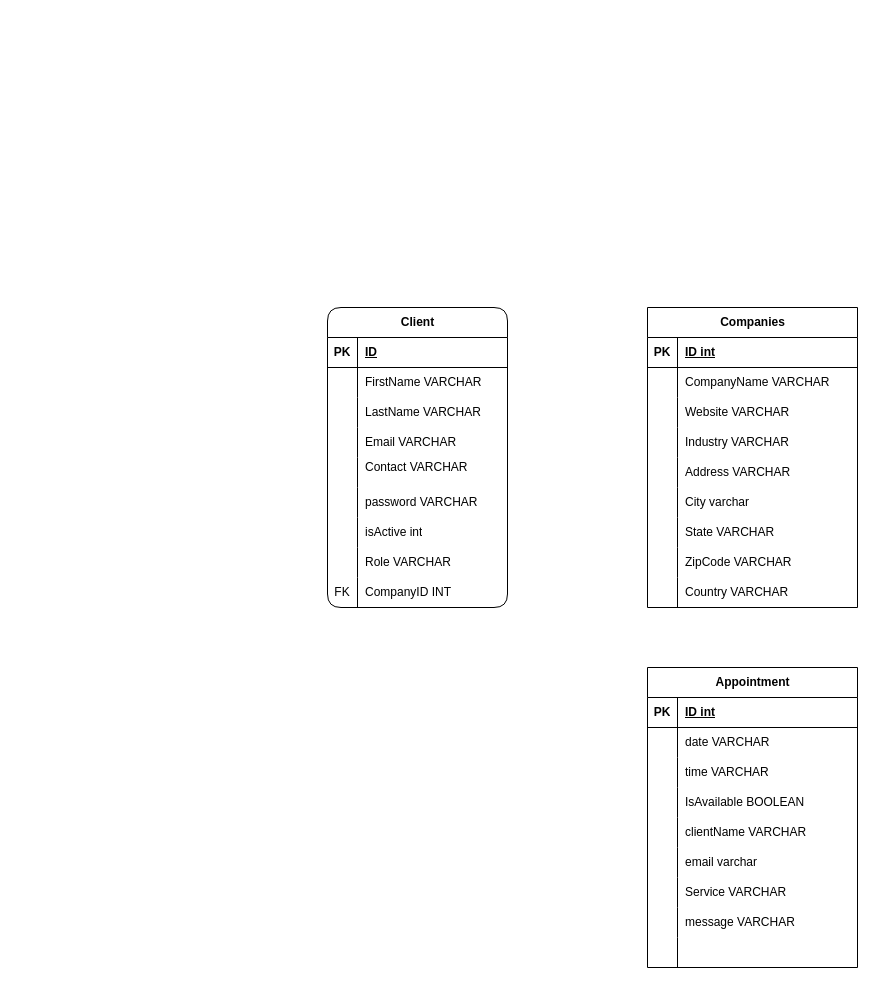
Earlier version of the draw.io diagram Untitled Diagram.drawio (takiesandani/StackOpsITSolutions). Source tidied: cells renumbered, new cells numbered last; positions are measured from the earlier drawing's top-left corner, leaving out a move shared by most shapes. Both pictures are drawn from the tidied source at 100%, with x=0, y=0 at pixel (327, 307).
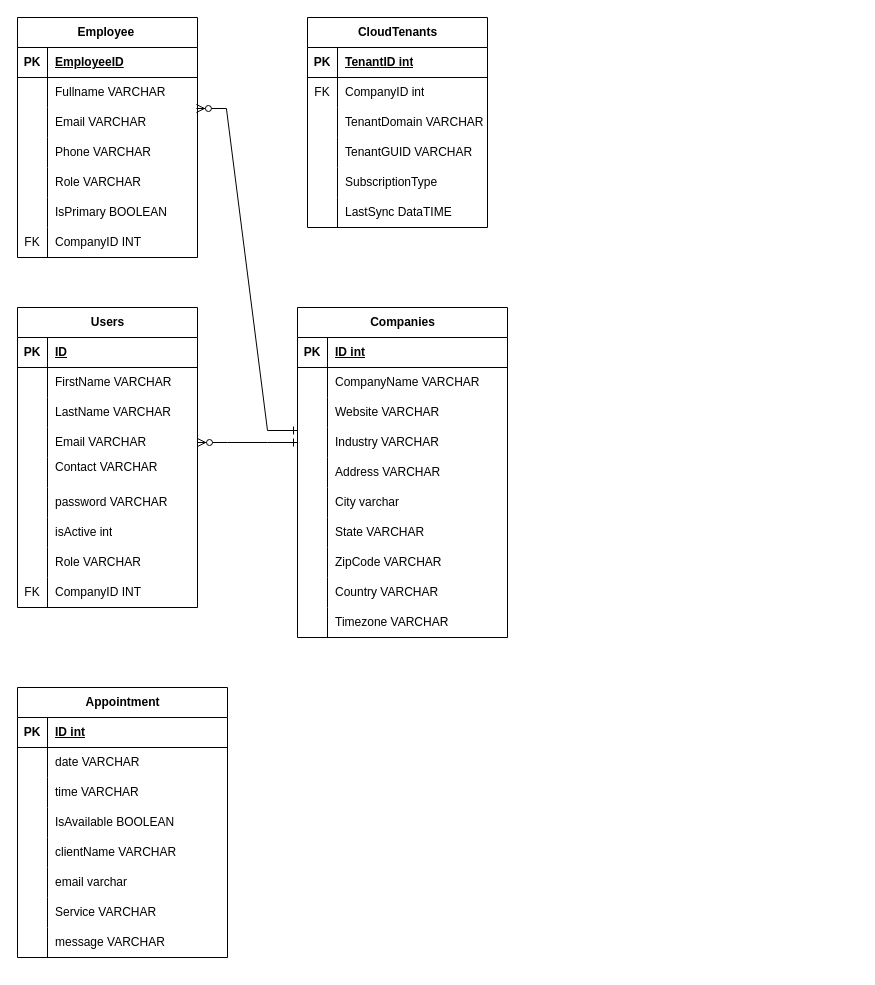
After the change.

The change refers to these unchanged cells:
```xml
<mxCell id="12" style="shape=tableRow;horizontal=0;startSize=0;swimlaneHead=0;swimlaneBody=0;fillColor=none;points=[[0,0.5],[1,0.5]];portConstraint=eastwest;top=0;left=0;right=0;bottom=0;" parent="2" vertex="1">
  <mxGeometry y="120" width="180" height="30" as="geometry" />
</mxCell>
<mxCell id="40" style="shape=tableRow;horizontal=0;startSize=0;swimlaneHead=0;swimlaneBody=0;fillColor=none;points=[[0,0.5],[1,0.5]];portConstraint=eastwest;top=0;left=0;right=0;bottom=0;" parent="30" vertex="1">
  <mxGeometry y="120" width="210" height="30" as="geometry" />
</mxCell>
```

What changed in the source:
```diff
@@
-    <mxCell id="2" value="Client" style="shape=table;startSize=30;childLayout=tableLayout;rowLines=0;fontStyle=1;align=center;html=1;rounded=1;swimlaneLine=1;" parent="1" vertex="1">
-      <mxGeometry width="180" height="300" as="geometry" />
+    <mxCell id="2" value="Users" style="shape=table;startSize=30;childLayout=tableLayout;rowLines=0;fontStyle=1;align=center;html=1;rounded=0;swimlaneLine=1;" parent="1" vertex="1">
+      <mxGeometry x="-310" width="180" height="300" as="geometry" />
     </mxCell>
@@
     <mxCell id="30" value="Companies" style="shape=table;startSize=30;childLayout=tableLayout;rowLines=0;fontStyle=1;align=center;html=1;" parent="1" vertex="1">
-      <mxGeometry x="320" width="210" height="300" as="geometry" />
+      <mxGeometry x="-30" width="210" height="330" as="geometry" />
     </mxCell>
@@
+    <mxCell id="86" style="shape=tableRow;horizontal=0;startSize=0;swimlaneHead=0;swimlaneBody=0;fillColor=none;top=0;left=0;right=0;bottom=0;" parent="30" vertex="1">
+      <mxGeometry y="300" width="210" height="30" as="geometry" />
+    </mxCell>
+    <mxCell id="87" style="shape=partialRectangle;fillColor=none;top=0;left=0;bottom=0;right=0;overflow=hidden;whiteSpace=wrap;html=1;" parent="86" vertex="1">
+      <mxGeometry width="30" height="30" as="geometry" />
+    </mxCell>
+    <mxCell id="88" value="Timezone VARCHAR" style="shape=partialRectangle;fillColor=none;top=0;left=0;bottom=0;right=0;align=left;spacingLeft=6;overflow=hidden;whiteSpace=wrap;html=1;" parent="86" vertex="1">
+      <mxGeometry x="30" width="180" height="30" as="geometry" />
+    </mxCell>
     <mxCell id="58" value="Appointment" style="shape=table;startSize=30;childLayout=tableLayout;rowLines=0;fontStyle=1;align=center;html=1;" parent="1" vertex="1">
-      <mxGeometry x="320" y="360" width="210" height="300" as="geometry" />
+      <mxGeometry x="-310" y="380" width="210" height="270" as="geometry" />
     </mxCell>
@@
-    <mxCell id="83" style="shape=tableRow;horizontal=0;startSize=0;swimlaneHead=0;swimlaneBody=0;fillColor=none;top=0;left=0;right=0;bottom=0;" parent="58" vertex="1">
-      <mxGeometry y="270" width="210" height="30" as="geometry" />
-    </mxCell>
-    <mxCell id="84" style="shape=partialRectangle;fillColor=none;top=0;left=0;bottom=0;right=0;overflow=hidden;whiteSpace=wrap;html=1;" parent="83" vertex="1">
-      <mxGeometry width="30" height="30" as="geometry" />
-    </mxCell>
-    <mxCell id="85" style="shape=partialRectangle;fillColor=none;top=0;left=0;bottom=0;right=0;align=left;spacingLeft=6;overflow=hidden;whiteSpace=wrap;html=1;" parent="83" vertex="1">
-      <mxGeometry x="30" width="180" height="30" as="geometry" />
-    </mxCell>
+    <mxCell id="89" style="edgeStyle=entityRelationEdgeStyle;fontSize=12;html=1;endArrow=ERzeroToMany;endFill=1;rounded=0;entryX=0.994;entryY=0.033;entryDx=0;entryDy=0;exitX=0;exitY=0.1;exitDx=0;exitDy=0;startArrow=ERone;startFill=0;entryPerimeter=0;exitPerimeter=0;" parent="1" edge="1" source="40" target="97">
+      <mxGeometry relative="1" as="geometry" />
+    </mxCell>
+    <mxCell id="90" value="Employee&amp;nbsp;" style="shape=table;startSize=30;childLayout=tableLayout;rowLines=0;fontStyle=1;align=center;html=1;" parent="1" vertex="1">
+      <mxGeometry x="-310" y="-290" width="180" height="240" as="geometry" />
+    </mxCell>
+    <mxCell id="91" style="shape=tableRow;horizontal=0;startSize=0;swimlaneHead=0;swimlaneBody=0;fillColor=none;top=0;left=0;right=0;bottom=1;" parent="90" vertex="1">
+      <mxGeometry y="30" width="180" height="30" as="geometry" />
+    </mxCell>
+    <mxCell id="92" value="PK" style="shape=partialRectangle;fillColor=none;top=0;left=0;bottom=0;right=0;fontStyle=1;overflow=hidden;whiteSpace=wrap;html=1;" parent="91" vertex="1">
+      <mxGeometry width="30" height="30" as="geometry" />
+    </mxCell>
+    <mxCell id="93" value="EmployeeID" style="shape=partialRectangle;fillColor=none;top=0;left=0;bottom=0;right=0;align=left;spacingLeft=6;fontStyle=5;overflow=hidden;whiteSpace=wrap;html=1;" parent="91" vertex="1">
+      <mxGeometry x="30" width="150" height="30" as="geometry" />
+    </mxCell>
+    <mxCell id="94" style="shape=tableRow;horizontal=0;startSize=0;swimlaneHead=0;swimlaneBody=0;fillColor=none;top=0;left=0;right=0;bottom=0;" parent="90" vertex="1">
+      <mxGeometry y="60" width="180" height="30" as="geometry" />
+    </mxCell>
+    <mxCell id="95" style="shape=partialRectangle;fillColor=none;top=0;left=0;bottom=0;right=0;overflow=hidden;whiteSpace=wrap;html=1;" parent="94" vertex="1">
+      <mxGeometry width="30" height="30" as="geometry" />
+    </mxCell>
+    <mxCell id="96" value="Fullname VARCHAR" style="shape=partialRectangle;fillColor=none;top=0;left=0;bottom=0;right=0;align=left;spacingLeft=6;overflow=hidden;whiteSpace=wrap;html=1;" parent="94" vertex="1">
+      <mxGeometry x="30" width="150" height="30" as="geometry" />
+    </mxCell>
+    <mxCell id="97" style="shape=tableRow;horizontal=0;startSize=0;swimlaneHead=0;swimlaneBody=0;fillColor=none;points=[[0,0.5],[1,0.5]];portConstraint=eastwest;top=0;left=0;right=0;bottom=0;" parent="90" vertex="1">
+      <mxGeometry y="90" width="180" height="30" as="geometry" />
+    </mxCell>
+    <mxCell id="98" style="shape=partialRectangle;fillColor=none;top=0;left=0;bottom=0;right=0;overflow=hidden;whiteSpace=wrap;html=1;" parent="97" vertex="1">
+      <mxGeometry width="30" height="30" as="geometry" />
+    </mxCell>
+    <mxCell id="99" value="Email VARCHAR" style="shape=partialRectangle;fillColor=none;top=0;left=0;bottom=0;right=0;align=left;spacingLeft=6;overflow=hidden;whiteSpace=wrap;html=1;" parent="97" vertex="1">
+      <mxGeometry x="30" width="150" height="30" as="geometry" />
+    </mxCell>
+    <mxCell id="100" style="shape=tableRow;horizontal=0;startSize=0;swimlaneHead=0;swimlaneBody=0;fillColor=none;top=0;left=0;right=0;bottom=0;" parent="90" vertex="1">
+      <mxGeometry y="120" width="180" height="30" as="geometry" />
+    </mxCell>
+    <mxCell id="101" style="shape=partialRectangle;fillColor=none;top=0;left=0;bottom=0;right=0;overflow=hidden;whiteSpace=wrap;html=1;" parent="100" vertex="1">
+      <mxGeometry width="30" height="30" as="geometry" />
+    </mxCell>
+    <mxCell id="102" value="Phone VARCHAR" style="shape=partialRectangle;fillColor=none;top=0;left=0;bottom=0;right=0;align=left;spacingLeft=6;overflow=hidden;whiteSpace=wrap;html=1;" parent="100" vertex="1">
+      <mxGeometry x="30" width="150" height="30" as="geometry" />
+    </mxCell>
+    <mxCell id="103" style="shape=tableRow;horizontal=0;startSize=0;swimlaneHead=0;swimlaneBody=0;fillColor=none;top=0;left=0;right=0;bottom=0;" parent="90" vertex="1">
+      <mxGeometry y="150" width="180" height="30" as="geometry" />
+    </mxCell>
+    <mxCell id="104" style="shape=partialRectangle;fillColor=none;top=0;left=0;bottom=0;right=0;overflow=hidden;whiteSpace=wrap;html=1;" parent="103" vertex="1">
+      <mxGeometry width="30" height="30" as="geometry" />
+    </mxCell>
+    <mxCell id="105" value="Role VARCHAR" style="shape=partialRectangle;fillColor=none;top=0;left=0;bottom=0;right=0;align=left;spacingLeft=6;overflow=hidden;whiteSpace=wrap;html=1;" parent="103" vertex="1">
+      <mxGeometry x="30" width="150" height="30" as="geometry" />
+    </mxCell>
+    <mxCell id="106" style="shape=tableRow;horizontal=0;startSize=0;swimlaneHead=0;swimlaneBody=0;fillColor=none;top=0;left=0;right=0;bottom=0;" parent="90" vertex="1">
+      <mxGeometry y="180" width="180" height="30" as="geometry" />
+    </mxCell>
+    <mxCell id="107" style="shape=partialRectangle;fillColor=none;top=0;left=0;bottom=0;right=0;overflow=hidden;whiteSpace=wrap;html=1;" parent="106" vertex="1">
+      <mxGeometry width="30" height="30" as="geometry" />
+    </mxCell>
+    <mxCell id="108" value="IsPrimary BOOLEAN" style="shape=partialRectangle;fillColor=none;top=0;left=0;bottom=0;right=0;align=left;spacingLeft=6;overflow=hidden;whiteSpace=wrap;html=1;" parent="106" vertex="1">
+      <mxGeometry x="30" width="150" height="30" as="geometry" />
+    </mxCell>
+    <mxCell id="109" style="shape=tableRow;horizontal=0;startSize=0;swimlaneHead=0;swimlaneBody=0;fillColor=none;top=0;left=0;right=0;bottom=0;" parent="90" vertex="1">
+      <mxGeometry y="210" width="180" height="30" as="geometry" />
+    </mxCell>
+    <mxCell id="110" value="FK" style="shape=partialRectangle;fillColor=none;top=0;left=0;bottom=0;right=0;overflow=hidden;whiteSpace=wrap;html=1;" parent="109" vertex="1">
+      <mxGeometry width="30" height="30" as="geometry" />
+    </mxCell>
+    <mxCell id="111" value="CompanyID INT" style="shape=partialRectangle;fillColor=none;top=0;left=0;bottom=0;right=0;align=left;spacingLeft=6;overflow=hidden;whiteSpace=wrap;html=1;" parent="109" vertex="1">
+      <mxGeometry x="30" width="150" height="30" as="geometry" />
+    </mxCell>
+    <mxCell id="112" style="edgeStyle=entityRelationEdgeStyle;fontSize=12;html=1;endArrow=ERzeroToMany;endFill=1;rounded=0;entryX=1;entryY=0.5;entryDx=0;entryDy=0;exitX=0;exitY=0.5;exitDx=0;exitDy=0;startArrow=ERone;startFill=0;" parent="1" edge="1" source="40" target="12">
+      <mxGeometry relative="1" as="geometry" />
+    </mxCell>
+    <mxCell id="113" value="CloudTenants" style="shape=table;startSize=30;childLayout=tableLayout;rowLines=0;fontStyle=1;align=center;html=1;" parent="1" vertex="1">
+      <mxGeometry x="-20" y="-290" width="180" height="210" as="geometry" />
+    </mxCell>
+    <mxCell id="114" style="shape=tableRow;horizontal=0;startSize=0;swimlaneHead=0;swimlaneBody=0;fillColor=none;top=0;left=0;right=0;bottom=1;" parent="113" vertex="1">
+      <mxGeometry y="30" width="180" height="30" as="geometry" />
+    </mxCell>
+    <mxCell id="115" value="PK" style="shape=partialRectangle;fillColor=none;top=0;left=0;bottom=0;right=0;fontStyle=1;overflow=hidden;whiteSpace=wrap;html=1;" parent="114" vertex="1">
+      <mxGeometry width="30" height="30" as="geometry" />
+    </mxCell>
+    <mxCell id="116" value="TenantID int" style="shape=partialRectangle;fillColor=none;top=0;left=0;bottom=0;right=0;align=left;spacingLeft=6;fontStyle=5;overflow=hidden;whiteSpace=wrap;html=1;" parent="114" vertex="1">
+      <mxGeometry x="30" width="150" height="30" as="geometry" />
+    </mxCell>
+    <mxCell id="117" style="shape=tableRow;horizontal=0;startSize=0;swimlaneHead=0;swimlaneBody=0;fillColor=none;top=0;left=0;right=0;bottom=0;" parent="113" vertex="1">
+      <mxGeometry y="60" width="180" height="30" as="geometry" />
+    </mxCell>
+    <mxCell id="118" value="FK" style="shape=partialRectangle;fillColor=none;top=0;left=0;bottom=0;right=0;overflow=hidden;whiteSpace=wrap;html=1;" parent="117" vertex="1">
+      <mxGeometry width="30" height="30" as="geometry" />
+    </mxCell>
+    <mxCell id="119" value="CompanyID int" style="shape=partialRectangle;fillColor=none;top=0;left=0;bottom=0;right=0;align=left;spacingLeft=6;overflow=hidden;whiteSpace=wrap;html=1;" parent="117" vertex="1">
+      <mxGeometry x="30" width="150" height="30" as="geometry" />
+    </mxCell>
+    <mxCell id="120" style="shape=tableRow;horizontal=0;startSize=0;swimlaneHead=0;swimlaneBody=0;fillColor=none;top=0;left=0;right=0;bottom=0;" parent="113" vertex="1">
+      <mxGeometry y="90" width="180" height="30" as="geometry" />
+    </mxCell>
+    <mxCell id="121" style="shape=partialRectangle;fillColor=none;top=0;left=0;bottom=0;right=0;overflow=hidden;whiteSpace=wrap;html=1;" parent="120" vertex="1">
+      <mxGeometry width="30" height="30" as="geometry" />
+    </mxCell>
+    <mxCell id="122" value="TenantDomain VARCHAR" style="shape=partialRectangle;fillColor=none;top=0;left=0;bottom=0;right=0;align=left;spacingLeft=6;overflow=hidden;whiteSpace=wrap;html=1;" parent="120" vertex="1">
+      <mxGeometry x="30" width="150" height="30" as="geometry" />
+    </mxCell>
+    <mxCell id="123" style="shape=tableRow;horizontal=0;startSize=0;swimlaneHead=0;swimlaneBody=0;fillColor=none;top=0;left=0;right=0;bottom=0;" parent="113" vertex="1">
+      <mxGeometry y="120" width="180" height="30" as="geometry" />
+    </mxCell>
+    <mxCell id="124" style="shape=partialRectangle;fillColor=none;top=0;left=0;bottom=0;right=0;overflow=hidden;whiteSpace=wrap;html=1;" parent="123" vertex="1">
+      <mxGeometry width="30" height="30" as="geometry" />
+    </mxCell>
+    <mxCell id="125" value="TenantGUID VARCHAR" style="shape=partialRectangle;fillColor=none;top=0;left=0;bottom=0;right=0;align=left;spacingLeft=6;overflow=hidden;whiteSpace=wrap;html=1;" parent="123" vertex="1">
+      <mxGeometry x="30" width="150" height="30" as="geometry" />
+    </mxCell>
+    <mxCell id="126" style="shape=tableRow;horizontal=0;startSize=0;swimlaneHead=0;swimlaneBody=0;fillColor=none;top=0;left=0;right=0;bottom=0;" parent="113" vertex="1">
+      <mxGeometry y="150" width="180" height="30" as="geometry" />
+    </mxCell>
+    <mxCell id="127" style="shape=partialRectangle;fillColor=none;top=0;left=0;bottom=0;right=0;overflow=hidden;whiteSpace=wrap;html=1;" parent="126" vertex="1">
+      <mxGeometry width="30" height="30" as="geometry" />
+    </mxCell>
+    <mxCell id="128" value="SubscriptionType" style="shape=partialRectangle;fillColor=none;top=0;left=0;bottom=0;right=0;align=left;spacingLeft=6;overflow=hidden;whiteSpace=wrap;html=1;" parent="126" vertex="1">
+      <mxGeometry x="30" width="150" height="30" as="geometry" />
+    </mxCell>
+    <mxCell id="129" style="shape=tableRow;horizontal=0;startSize=0;swimlaneHead=0;swimlaneBody=0;fillColor=none;top=0;left=0;right=0;bottom=0;" parent="113" vertex="1">
+      <mxGeometry y="180" width="180" height="30" as="geometry" />
+    </mxCell>
+    <mxCell id="130" style="shape=partialRectangle;fillColor=none;top=0;left=0;bottom=0;right=0;overflow=hidden;whiteSpace=wrap;html=1;" parent="129" vertex="1">
+      <mxGeometry width="30" height="30" as="geometry" />
+    </mxCell>
+    <mxCell id="131" value="LastSync DataTIME" style="shape=partialRectangle;fillColor=none;top=0;left=0;bottom=0;right=0;align=left;spacingLeft=6;overflow=hidden;whiteSpace=wrap;html=1;" parent="129" vertex="1">
+      <mxGeometry x="30" width="150" height="30" as="geometry" />
+    </mxCell>
```
